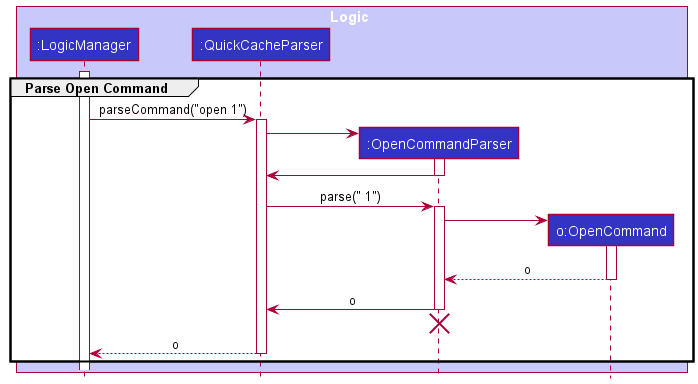
The PlantUML diagram docs/images/OpenParserSequenceDiagram.png in nus-cs2103-AY2021S1/tp, before a commit. Its diagram source:
```plantuml
@startuml
!include style.puml

group Parse Open Command
box Logic LOGIC_COLOR_T1
participant ":LogicManager" as LogicManager LOGIC_COLOR
participant ":QuickCacheParser" as QuickCacheParser LOGIC_COLOR
participant ":OpenCommandParser" as OpenCommandParser LOGIC_COLOR
participant "o:OpenCommand" as OpenCommand LOGIC_COLOR
end box

activate LogicManager

LogicManager -> QuickCacheParser : parseCommand("open 1")
activate QuickCacheParser

create OpenCommandParser
QuickCacheParser -> OpenCommandParser
activate OpenCommandParser

OpenCommandParser -> QuickCacheParser
deactivate OpenCommandParser

QuickCacheParser -> OpenCommandParser : parse(" 1")
activate OpenCommandParser

create OpenCommand
OpenCommandParser -> OpenCommand
activate OpenCommand

OpenCommand --> OpenCommandParser : o
deactivate OpenCommand

OpenCommandParser -> QuickCacheParser : o
deactivate OpenCommandParser

OpenCommandParser -[hidden]-> QuickCacheParser
destroy OpenCommandParser

QuickCacheParser --> LogicManager : o
deactivate QuickCacheParser
end
@enduml
```
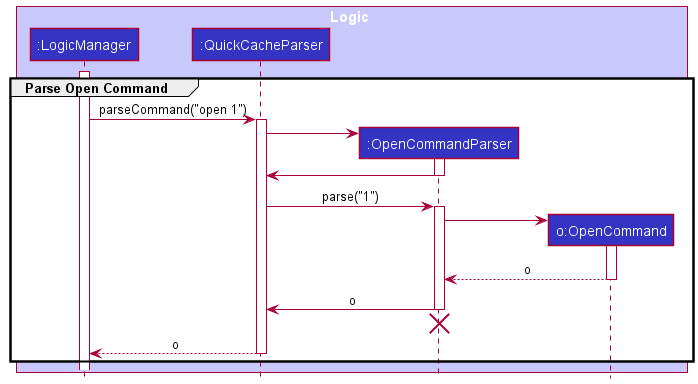
The same file after the commit.

Commit message:
Fixed extra space in Parser

Diff of the diagram source:
```diff
@@ -21,7 +21,7 @@
 OpenCommandParser -> QuickCacheParser
 deactivate OpenCommandParser
 
-QuickCacheParser -> OpenCommandParser : parse(" 1")
+QuickCacheParser -> OpenCommandParser : parse("1")
 activate OpenCommandParser
 
 create OpenCommand
```
